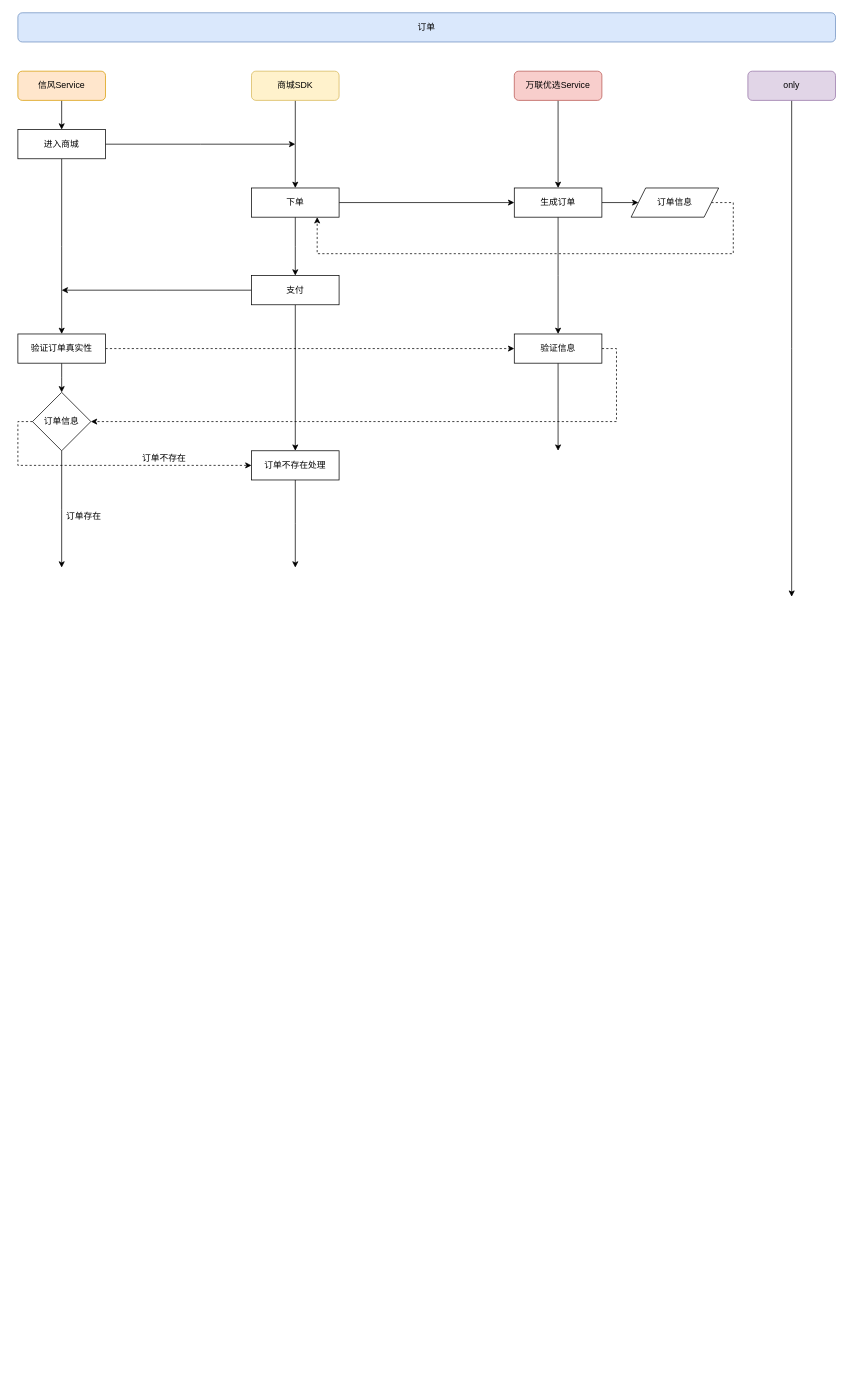
Above: drawio/订单.drawio in cjade/flow (draw.io), before the change. Source tidied: cells renumbered, new cells numbered last; positions are measured from the earlier drawing's top-left corner, leaving out a move shared by most shapes. Both pictures are drawn from the tidied source at 73%, with x=0, y=0 at pixel (18, 12).
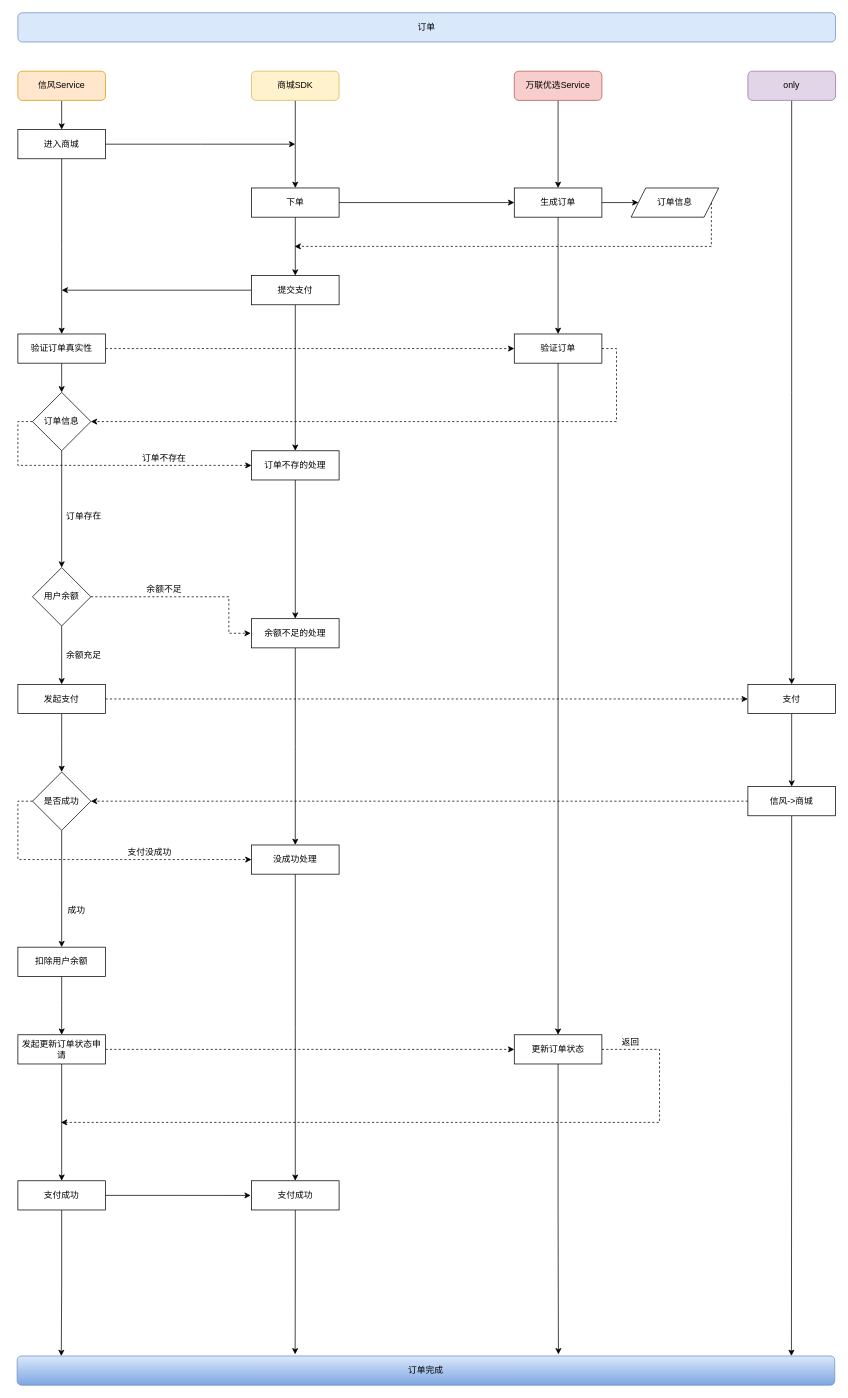
The same diagram, later.

Unchanged cells that the change refers to:
```xml
<mxCell id="10" value="only" style="rounded=1;whiteSpace=wrap;html=1;fillColor=#e1d5e7;strokeColor=#9673a6;" parent="1" vertex="1">
  <mxGeometry x="1000" y="80" width="120" height="40" as="geometry" />
</mxCell>
<mxCell id="18" value="下单" style="rounded=0;whiteSpace=wrap;html=1;" parent="1" vertex="1">
  <mxGeometry x="320" y="240" width="120" height="40" as="geometry" />
</mxCell>
<mxCell id="23" value="订单信息" style="shape=parallelogram;perimeter=parallelogramPerimeter;whiteSpace=wrap;html=1;fixedSize=1;" parent="1" vertex="1">
  <mxGeometry x="840" y="240" width="120" height="40" as="geometry" />
</mxCell>
```

Diff of the diagram source:
```diff
@@
     <mxCell id="9" style="edgeStyle=orthogonalEdgeStyle;rounded=0;jettySize=auto;html=1;exitX=0.5;exitY=1;exitDx=0;exitDy=0;strokeColor=#000000;" parent="1" edge="1" source="10">
       <mxGeometry relative="1" as="geometry">
-        <mxPoint x="1060" y="800" as="targetPoint" />
+        <mxPoint x="1060" y="920" as="targetPoint" />
       </mxGeometry>
     </mxCell>
@@
-    <mxCell id="22" style="edgeStyle=orthogonalEdgeStyle;rounded=0;jettySize=auto;html=1;exitX=1;exitY=0.5;exitDx=0;exitDy=0;entryX=0.75;entryY=1;entryDx=0;entryDy=0;dashed=1;" parent="1" edge="1" source="23" target="18">
-      <mxGeometry relative="1" as="geometry">
-        <Array as="points">
-          <mxPoint x="980" y="260" />
-          <mxPoint x="980" y="330" />
-          <mxPoint x="410" y="330" />
-        </Array>
-      </mxGeometry>
-    </mxCell>
+    <mxCell id="40" style="edgeStyle=orthogonalEdgeStyle;rounded=0;jettySize=auto;html=1;exitX=1;exitY=0.5;exitDx=0;exitDy=0;strokeColor=#000000;dashed=1;" parent="1" edge="1" source="23">
+      <mxGeometry relative="1" as="geometry">
+        <mxPoint x="379" y="320" as="targetPoint" />
+        <Array as="points">
+          <mxPoint x="950" y="320" />
+          <mxPoint x="479" y="320" />
+        </Array>
+      </mxGeometry>
+    </mxCell>
@@
-    <mxCell id="26" value="支付" style="rounded=0;whiteSpace=wrap;html=1;" parent="1" vertex="1">
+    <mxCell id="26" value="提交支付" style="rounded=0;whiteSpace=wrap;html=1;" parent="1" vertex="1">
       <mxGeometry x="320" y="360" width="120" height="40" as="geometry" />
     </mxCell>
@@
-    <mxCell id="30" style="edgeStyle=orthogonalEdgeStyle;rounded=0;jettySize=auto;html=1;exitX=0.5;exitY=1;exitDx=0;exitDy=0;strokeColor=#000000;" parent="1" edge="1" source="32">
-      <mxGeometry relative="1" as="geometry">
-        <mxPoint x="740" y="600" as="targetPoint" />
-      </mxGeometry>
+    <mxCell id="30" style="edgeStyle=orthogonalEdgeStyle;rounded=0;jettySize=auto;html=1;exitX=0.5;exitY=1;exitDx=0;exitDy=0;strokeColor=#000000;entryX=0.5;entryY=0;entryDx=0;entryDy=0;" parent="1" edge="1" source="32" target="70">
+      <mxGeometry relative="1" as="geometry" />
     </mxCell>
@@
-    <mxCell id="32" value="验证信息" style="rounded=0;whiteSpace=wrap;html=1;" parent="1" vertex="1">
+    <mxCell id="32" value="验证订单" style="rounded=0;whiteSpace=wrap;html=1;" parent="1" vertex="1">
       <mxGeometry x="680" y="440" width="120" height="40" as="geometry" />
     </mxCell>
@@
-    <mxCell id="36" value="订单存在" style="text;html=1;align=center;verticalAlign=middle;" parent="1" vertex="1">
+    <mxCell id="36" value="订单存在" style="text;html=1;align=center;verticalAlign=middle;rotation=-1;" parent="1" vertex="1">
       <mxGeometry x="60" y="680" width="60" height="20" as="geometry" />
     </mxCell>
@@
-    <mxCell id="38" style="edgeStyle=orthogonalEdgeStyle;rounded=0;jettySize=auto;html=1;exitX=0.5;exitY=1;exitDx=0;exitDy=0;strokeColor=#000000;" parent="1" edge="1" source="39">
-      <mxGeometry relative="1" as="geometry">
-        <mxPoint x="380" y="760" as="targetPoint" />
-      </mxGeometry>
+    <mxCell id="38" style="edgeStyle=orthogonalEdgeStyle;rounded=0;jettySize=auto;html=1;exitX=0.5;exitY=1;exitDx=0;exitDy=0;strokeColor=#000000;entryX=0.5;entryY=0;entryDx=0;entryDy=0;" parent="1" edge="1" source="39" target="46">
+      <mxGeometry relative="1" as="geometry" />
     </mxCell>
-    <mxCell id="39" value="订单不存在处理" style="rounded=0;whiteSpace=wrap;html=1;" parent="1" vertex="1">
+    <mxCell id="39" value="订单不存的处理" style="rounded=0;whiteSpace=wrap;html=1;" parent="1" vertex="1">
       <mxGeometry x="320" y="600" width="120" height="40" as="geometry" />
     </mxCell>
+    <mxCell id="41" style="edgeStyle=orthogonalEdgeStyle;rounded=0;jettySize=auto;html=1;exitX=0.5;exitY=1;exitDx=0;exitDy=0;strokeColor=#000000;" parent="1" edge="1" source="43">
+      <mxGeometry relative="1" as="geometry">
+        <mxPoint x="60" y="920" as="targetPoint" />
+      </mxGeometry>
+    </mxCell>
+    <mxCell id="42" style="edgeStyle=orthogonalEdgeStyle;rounded=0;jettySize=auto;html=1;exitX=1;exitY=0.5;exitDx=0;exitDy=0;dashed=1;strokeColor=#000000;" parent="1" edge="1" source="43">
+      <mxGeometry relative="1" as="geometry">
+        <mxPoint x="319" y="850" as="targetPoint" />
+        <Array as="points">
+          <mxPoint x="289" y="800" />
+          <mxPoint x="289" y="850" />
+        </Array>
+      </mxGeometry>
+    </mxCell>
+    <mxCell id="43" value="用户余额" style="rhombus;whiteSpace=wrap;html=1;" parent="1" vertex="1">
+      <mxGeometry x="20" y="760" width="80" height="80" as="geometry" />
+    </mxCell>
+    <mxCell id="44" value="余额不足" style="text;html=1;align=center;verticalAlign=middle;" parent="1" vertex="1">
+      <mxGeometry x="170" y="780" width="60" height="20" as="geometry" />
+    </mxCell>
+    <mxCell id="45" style="edgeStyle=orthogonalEdgeStyle;rounded=0;jettySize=auto;html=1;exitX=0.5;exitY=1;exitDx=0;exitDy=0;strokeColor=#000000;" parent="1" edge="1" source="46">
+      <mxGeometry relative="1" as="geometry">
+        <mxPoint x="380" y="1140" as="targetPoint" />
+      </mxGeometry>
+    </mxCell>
+    <mxCell id="46" value="余额不足的处理" style="rounded=0;whiteSpace=wrap;html=1;" parent="1" vertex="1">
+      <mxGeometry x="320" y="830" width="120" height="40" as="geometry" />
+    </mxCell>
+    <mxCell id="47" value="余额充足" style="text;html=1;align=center;verticalAlign=middle;" parent="1" vertex="1">
+      <mxGeometry x="60" y="870" width="60" height="20" as="geometry" />
+    </mxCell>
+    <mxCell id="48" style="edgeStyle=orthogonalEdgeStyle;rounded=0;jettySize=auto;html=1;exitX=1;exitY=0.5;exitDx=0;exitDy=0;entryX=0;entryY=0.5;entryDx=0;entryDy=0;strokeColor=#000000;dashed=1;" parent="1" edge="1" source="50" target="52">
+      <mxGeometry relative="1" as="geometry" />
+    </mxCell>
+    <mxCell id="49" style="edgeStyle=orthogonalEdgeStyle;rounded=0;jettySize=auto;html=1;exitX=0.5;exitY=1;exitDx=0;exitDy=0;strokeColor=#000000;" parent="1" edge="1" source="50">
+      <mxGeometry relative="1" as="geometry">
+        <mxPoint x="60" y="1040" as="targetPoint" />
+      </mxGeometry>
+    </mxCell>
+    <mxCell id="50" value="发起支付" style="rounded=0;whiteSpace=wrap;html=1;" parent="1" vertex="1">
+      <mxGeometry y="920" width="120" height="40" as="geometry" />
+    </mxCell>
+    <mxCell id="51" style="edgeStyle=orthogonalEdgeStyle;rounded=0;jettySize=auto;html=1;exitX=0.5;exitY=1;exitDx=0;exitDy=0;strokeColor=#000000;entryX=0.5;entryY=0;entryDx=0;entryDy=0;" parent="1" edge="1" source="52" target="55">
+      <mxGeometry relative="1" as="geometry" />
+    </mxCell>
+    <mxCell id="52" value="支付" style="whiteSpace=wrap;html=1;" parent="1" vertex="1">
+      <mxGeometry x="1000" y="920" width="120" height="40" as="geometry" />
+    </mxCell>
+    <mxCell id="53" style="edgeStyle=orthogonalEdgeStyle;rounded=0;jettySize=auto;html=1;exitX=0;exitY=0.5;exitDx=0;exitDy=0;entryX=1;entryY=0.5;entryDx=0;entryDy=0;strokeColor=#000000;dashed=1;" parent="1" edge="1" source="55" target="58">
+      <mxGeometry relative="1" as="geometry" />
+    </mxCell>
+    <mxCell id="54" style="edgeStyle=orthogonalEdgeStyle;rounded=0;jettySize=auto;html=1;exitX=0.5;exitY=1;exitDx=0;exitDy=0;entryX=0.947;entryY=0;entryDx=0;entryDy=0;entryPerimeter=0;strokeColor=#000000;" parent="1" edge="1" source="55" target="77">
+      <mxGeometry relative="1" as="geometry" />
+    </mxCell>
+    <mxCell id="55" value="信风-&amp;gt;商城" style="whiteSpace=wrap;html=1;" parent="1" vertex="1">
+      <mxGeometry x="1000" y="1060" width="120" height="40" as="geometry" />
+    </mxCell>
+    <mxCell id="56" style="edgeStyle=orthogonalEdgeStyle;rounded=0;jettySize=auto;html=1;exitX=0.5;exitY=1;exitDx=0;exitDy=0;strokeColor=#000000;" parent="1" edge="1" source="58">
+      <mxGeometry relative="1" as="geometry">
+        <mxPoint x="60" y="1280" as="targetPoint" />
+      </mxGeometry>
+    </mxCell>
+    <mxCell id="57" style="edgeStyle=orthogonalEdgeStyle;rounded=0;jettySize=auto;html=1;exitX=0;exitY=0.5;exitDx=0;exitDy=0;entryX=0;entryY=0.5;entryDx=0;entryDy=0;dashed=1;strokeColor=#000000;" parent="1" edge="1" source="58" target="60">
+      <mxGeometry relative="1" as="geometry" />
+    </mxCell>
+    <mxCell id="58" value="是否成功" style="rhombus;whiteSpace=wrap;html=1;" parent="1" vertex="1">
+      <mxGeometry x="20" y="1040" width="80" height="80" as="geometry" />
+    </mxCell>
+    <mxCell id="59" style="edgeStyle=orthogonalEdgeStyle;rounded=0;jettySize=auto;html=1;exitX=0.5;exitY=1;exitDx=0;exitDy=0;strokeColor=#000000;" parent="1" edge="1" source="60">
+      <mxGeometry relative="1" as="geometry">
+        <mxPoint x="380" y="1600" as="targetPoint" />
+      </mxGeometry>
+    </mxCell>
+    <mxCell id="60" value="没成功处理" style="whiteSpace=wrap;html=1;" parent="1" vertex="1">
+      <mxGeometry x="320" y="1140" width="120" height="40" as="geometry" />
+    </mxCell>
+    <mxCell id="61" value="支付没成功" style="text;html=1;align=center;verticalAlign=middle;" parent="1" vertex="1">
+      <mxGeometry x="140" y="1140" width="80" height="20" as="geometry" />
+    </mxCell>
+    <mxCell id="62" value="成功" style="text;html=1;align=center;verticalAlign=middle;" parent="1" vertex="1">
+      <mxGeometry x="60" y="1220" width="40" height="20" as="geometry" />
+    </mxCell>
+    <mxCell id="63" style="edgeStyle=orthogonalEdgeStyle;rounded=0;jettySize=auto;html=1;exitX=0.5;exitY=1;exitDx=0;exitDy=0;strokeColor=#000000;" parent="1" edge="1" source="64">
+      <mxGeometry relative="1" as="geometry">
+        <mxPoint x="60" y="1400" as="targetPoint" />
+      </mxGeometry>
+    </mxCell>
+    <mxCell id="64" value="扣除用户余额" style="rounded=0;whiteSpace=wrap;html=1;" parent="1" vertex="1">
+      <mxGeometry y="1280" width="120" height="40" as="geometry" />
+    </mxCell>
+    <mxCell id="65" style="edgeStyle=orthogonalEdgeStyle;rounded=0;jettySize=auto;html=1;exitX=1;exitY=0.5;exitDx=0;exitDy=0;strokeColor=#000000;dashed=1;" parent="1" edge="1" source="67" target="70">
+      <mxGeometry relative="1" as="geometry" />
+    </mxCell>
+    <mxCell id="66" style="edgeStyle=orthogonalEdgeStyle;rounded=0;jettySize=auto;html=1;exitX=0.5;exitY=1;exitDx=0;exitDy=0;strokeColor=#000000;" parent="1" edge="1" source="67">
+      <mxGeometry relative="1" as="geometry">
+        <mxPoint x="60" y="1600" as="targetPoint" />
+      </mxGeometry>
+    </mxCell>
+    <mxCell id="67" value="发起更新订单状态申请" style="rounded=0;whiteSpace=wrap;html=1;" parent="1" vertex="1">
+      <mxGeometry y="1400" width="120" height="40" as="geometry" />
+    </mxCell>
+    <mxCell id="68" style="edgeStyle=orthogonalEdgeStyle;rounded=0;jettySize=auto;html=1;exitX=0.5;exitY=1;exitDx=0;exitDy=0;strokeColor=#000000;entryX=0.662;entryY=-0.056;entryDx=0;entryDy=0;entryPerimeter=0;" parent="1" edge="1" source="70" target="77">
+      <mxGeometry relative="1" as="geometry" />
+    </mxCell>
+    <mxCell id="69" style="edgeStyle=orthogonalEdgeStyle;rounded=0;jettySize=auto;html=1;exitX=1;exitY=0.5;exitDx=0;exitDy=0;dashed=1;strokeColor=#000000;" parent="1" edge="1" source="70">
+      <mxGeometry relative="1" as="geometry">
+        <mxPoint x="59" y="1520" as="targetPoint" />
+        <Array as="points">
+          <mxPoint x="879" y="1420" />
+          <mxPoint x="879" y="1520" />
+        </Array>
+      </mxGeometry>
+    </mxCell>
+    <mxCell id="70" value="更新订单状态" style="whiteSpace=wrap;html=1;" parent="1" vertex="1">
+      <mxGeometry x="680" y="1400" width="120" height="40" as="geometry" />
+    </mxCell>
+    <mxCell id="71" value="返回" style="text;html=1;align=center;verticalAlign=middle;" parent="1" vertex="1">
+      <mxGeometry x="819" y="1400" width="40" height="20" as="geometry" />
+    </mxCell>
+    <mxCell id="72" style="edgeStyle=orthogonalEdgeStyle;rounded=0;jettySize=auto;html=1;exitX=1;exitY=0.5;exitDx=0;exitDy=0;strokeColor=#000000;" parent="1" edge="1" source="74">
+      <mxGeometry relative="1" as="geometry">
+        <mxPoint x="319" y="1620.1" as="targetPoint" />
+      </mxGeometry>
+    </mxCell>
+    <mxCell id="73" style="edgeStyle=orthogonalEdgeStyle;rounded=0;jettySize=auto;html=1;exitX=0.5;exitY=1;exitDx=0;exitDy=0;strokeColor=#000000;entryX=0.054;entryY=0.003;entryDx=0;entryDy=0;entryPerimeter=0;" parent="1" edge="1" source="74" target="77">
+      <mxGeometry relative="1" as="geometry" />
+    </mxCell>
+    <mxCell id="74" value="支付成功" style="whiteSpace=wrap;html=1;" parent="1" vertex="1">
+      <mxGeometry y="1600" width="120" height="40" as="geometry" />
+    </mxCell>
+    <mxCell id="75" style="edgeStyle=orthogonalEdgeStyle;rounded=0;jettySize=auto;html=1;exitX=0.5;exitY=1;exitDx=0;exitDy=0;entryX=0.34;entryY=-0.056;entryDx=0;entryDy=0;entryPerimeter=0;strokeColor=#000000;" parent="1" edge="1" source="76" target="77">
+      <mxGeometry relative="1" as="geometry" />
+    </mxCell>
+    <mxCell id="76" value="支付成功" style="whiteSpace=wrap;html=1;" parent="1" vertex="1">
+      <mxGeometry x="320" y="1600" width="120" height="40" as="geometry" />
+    </mxCell>
+    <mxCell id="77" value="订单完成" style="rounded=1;whiteSpace=wrap;html=1;fontSize=12;glass=0;strokeWidth=1;shadow=0;fillColor=#dae8fc;strokeColor=#6c8ebf;gradientColor=#7ea6e0;" parent="1" vertex="1">
+      <mxGeometry x="-1" y="1840" width="1120" height="40" as="geometry" />
+    </mxCell>
```
